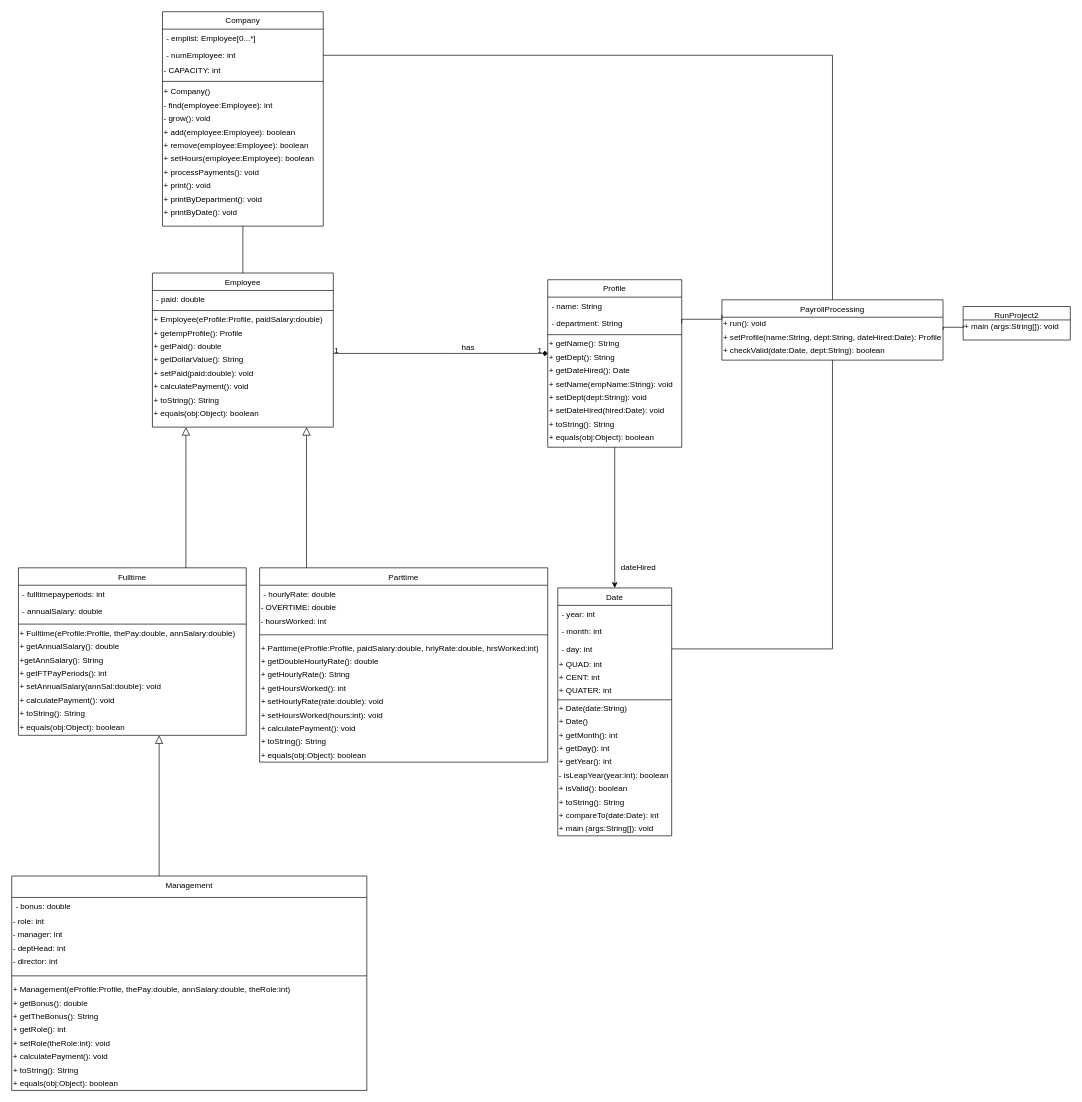
CeceliaCD/Project2-PayrollProcessingSys keeps this draw.io diagram as Project 2 Diagram.drawio. Above is the earlier version. Source tidied: cells renumbered, new cells numbered last; positions are measured from the earlier drawing's top-left corner, leaving out a move shared by most shapes. Both pictures are drawn from the tidied source at 67%, with x=0, y=0 at pixel (11, 11).
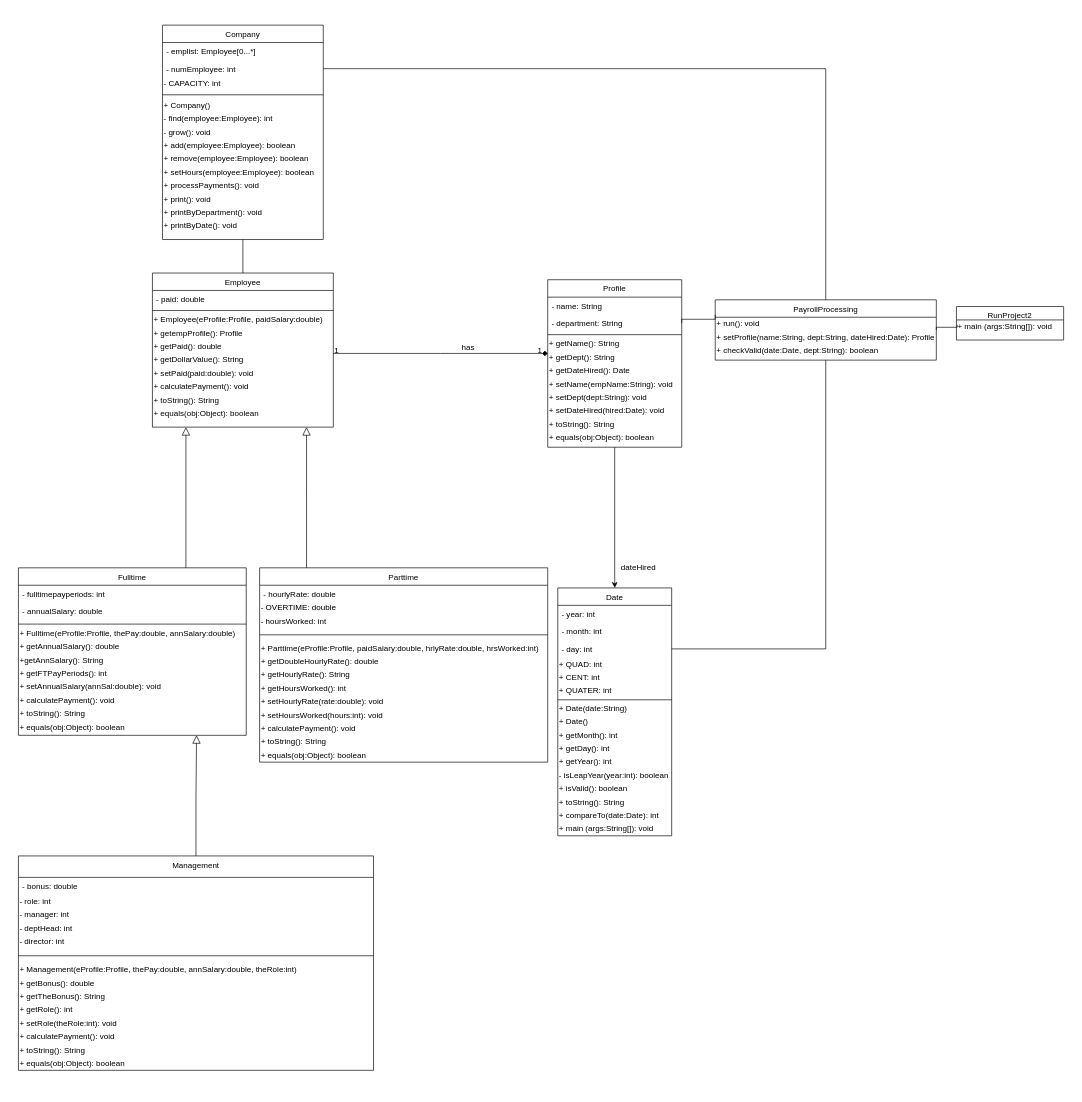
The same diagram, later.

The change refers to these unchanged cells:
```xml
<mxCell id="25" value="+ equals(obj:Object): boolean" style="text;html=1;align=left;verticalAlign=middle;points=[];" parent="14" vertex="1">
  <mxGeometry y="228" width="340" height="20" as="geometry" />
</mxCell>
```

Change to the diagram source:
```diff
@@
+    <mxCell id="119" style="edgeStyle=elbowEdgeStyle;rounded=0;jettySize=auto;elbow=vertical;html=1;exitX=0.5;exitY=0;exitDx=0;exitDy=0;entryX=0.782;entryY=1.091;entryDx=0;entryDy=0;entryPerimeter=0;endArrow=block;endFill=0;endSize=10;" parent="1" edge="1" source="58" target="25">
+      <mxGeometry relative="1" as="geometry" />
+    </mxCell>
     <mxCell id="58" value="Management" style="swimlane;fontStyle=0;align=center;verticalAlign=top;horizontal=1;startSize=32;rounded=0;shadow=0;strokeWidth=1;" parent="1" vertex="1">
-      <mxGeometry y="1290" width="530" height="320" as="geometry" />
+      <mxGeometry x="10" y="1260" width="530" height="320" as="geometry" />
     </mxCell>
@@
     <mxCell id="73" value="Company" style="swimlane;fontStyle=0;align=center;verticalAlign=top;horizontal=1;startSize=26;rounded=0;shadow=0;strokeWidth=1;" parent="1" vertex="1">
-      <mxGeometry x="225" width="240" height="320" as="geometry" />
+      <mxGeometry x="225" y="20" width="240" height="320" as="geometry" />
     </mxCell>
@@
     <mxCell id="89" value="PayrollProcessing" style="swimlane;fontStyle=0;align=center;verticalAlign=top;horizontal=1;startSize=26;rounded=0;shadow=0;strokeWidth=1;" parent="1" vertex="1">
-      <mxGeometry x="1060" y="430" width="330" height="90" as="geometry" />
+      <mxGeometry x="1050" y="430" width="330" height="90" as="geometry" />
     </mxCell>
@@
     <mxCell id="111" value="RunProject2" style="swimlane;fontStyle=0;align=center;verticalAlign=top;horizontal=1;startSize=20;rounded=0;shadow=0;strokeWidth=1;" parent="1" vertex="1">
-      <mxGeometry x="1420" y="440" width="160" height="50" as="geometry" />
+      <mxGeometry x="1410" y="440" width="160" height="50" as="geometry" />
     </mxCell>
@@
-    <mxCell id="118" style="endArrow=block;endSize=10;endFill=0;shadow=0;strokeWidth=1;rounded=0;edgeStyle=elbowEdgeStyle;elbow=vertical;" parent="1" edge="1">
-      <mxGeometry relative="1" as="geometry">
-        <mxPoint x="220" y="1290" as="sourcePoint" />
-        <mxPoint x="220" y="1080" as="targetPoint" />
-        <Array as="points">
-          <mxPoint x="220" y="1140" />
-          <mxPoint x="220" y="1330" />
-        </Array>
-      </mxGeometry>
-    </mxCell>
```
